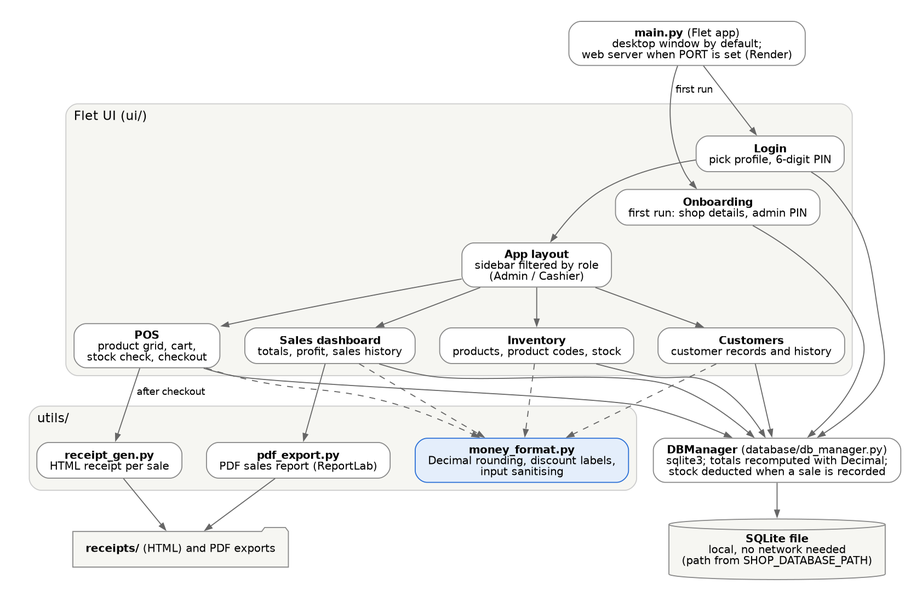
Before: docs/diagrams/architecture.png, a diagram exported from Graphviz (shoaib-javeed-05/my-local-shop-pos). Its source is kept beside it as docs/diagrams/src/architecture.dot. Source of this version:
```dot
digraph architecture {
  graph [rankdir=TB, fontname="Helvetica", fontsize=13, nodesep=0.35, ranksep=0.5, pad=0.3, bgcolor="white", newrank=true];
  node  [shape=box, style="rounded,filled", fillcolor="#ffffff", color="#888888", fontname="Helvetica", fontsize=11, margin="0.18,0.08"];
  edge  [color="#666666", fontname="Helvetica", fontsize=10, arrowsize=0.7];

  main [label=<<b>main.py</b> (Flet app)<br/>desktop window by default;<br/>web server when PORT is set (Render)>];

  subgraph cluster_ui {
    label="Flet UI (ui/)"; labeljust=l; style="rounded,filled"; fillcolor="#f6f6f2"; color="#cccccc";
    onboard [label=<<b>Onboarding</b><br/>first run: shop details, admin PIN>];
    login   [label=<<b>Login</b><br/>pick profile, 6-digit PIN>];
    layout  [label=<<b>App layout</b><br/>sidebar filtered by role<br/>(Admin / Cashier)>];
    pos     [label=<<b>POS</b><br/>product grid, cart,<br/>stock check, checkout>];
    inv     [label=<<b>Inventory</b><br/>products, product codes, stock>];
    cust    [label=<<b>Customers</b><br/>customer records and history>];
    dash    [label=<<b>Sales dashboard</b><br/>totals, profit, sales history>];
  }

  subgraph cluster_util {
    label="utils/"; labeljust=l; style="rounded,filled"; fillcolor="#f6f6f2"; color="#cccccc";
    money   [label=<<b>money_format.py</b><br/>Decimal rounding, discount labels,<br/>input sanitising>, fillcolor="#e4eefb", color="#2a6fd6"];
    receipt [label=<<b>receipt_gen.py</b><br/>HTML receipt per sale>];
    pdf     [label=<<b>pdf_export.py</b><br/>PDF sales report (ReportLab)>];
  }

  db   [label=<<b>DBManager</b> (database/db_manager.py)<br/>sqlite3; totals recomputed with Decimal;<br/>stock deducted when a sale is recorded>];
  file [label=<<b>SQLite file</b><br/>local, no network needed<br/>(path from SHOP_DATABASE_PATH)>, shape=cylinder, style="filled", fillcolor="#f6f6f2"];
  out  [label=<<b>receipts/</b> (HTML) and PDF exports>, shape=folder, style="filled", fillcolor="#f6f6f2"];

  main -> onboard [label=" first run"];
  main -> login;
  login -> layout;
  layout -> pos; layout -> inv; layout -> cust; layout -> dash;
  pos -> money [style=dashed]; inv -> money [style=dashed]; dash -> money [style=dashed]; cust -> money [style=dashed];
  pos -> receipt [label=" after checkout"];
  dash -> pdf;
  receipt -> out; pdf -> out;
  pos -> db; inv -> db; cust -> db; dash -> db; login -> db; onboard -> db;
  db -> file;
  {rank=same; pos; inv; cust; dash}
}
```
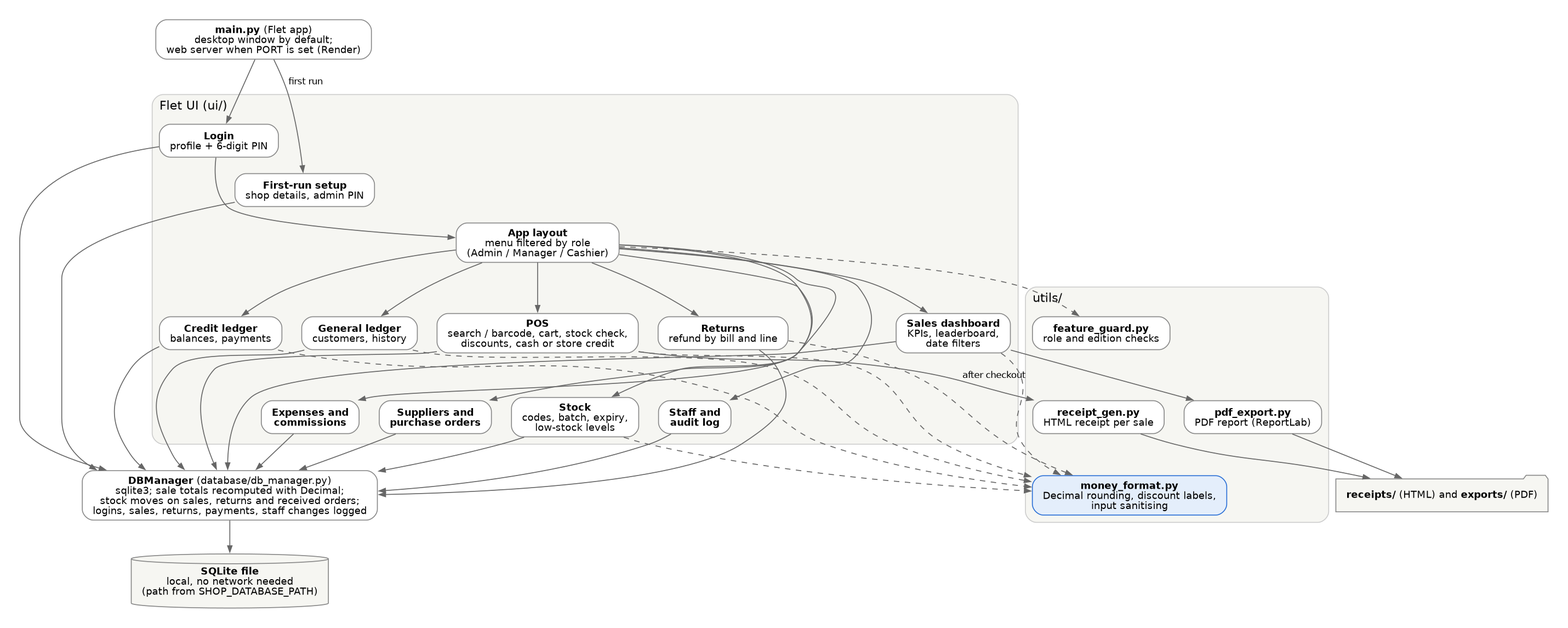
Later version of the same file.

What changed in the source:
```diff
@@ -1,41 +1,51 @@
 digraph architecture {
-  graph [rankdir=TB, fontname="Helvetica", fontsize=13, nodesep=0.35, ranksep=0.5, pad=0.3, bgcolor="white", newrank=true];
-  node  [shape=box, style="rounded,filled", fillcolor="#ffffff", color="#888888", fontname="Helvetica", fontsize=11, margin="0.18,0.08"];
+  graph [rankdir=TB, fontname="Helvetica", fontsize=13, nodesep=0.3, ranksep=0.5, pad=0.3, bgcolor="white", newrank=true];
+  node  [shape=box, style="rounded,filled", fillcolor="#ffffff", color="#888888", fontname="Helvetica", fontsize=11, margin="0.16,0.07"];
   edge  [color="#666666", fontname="Helvetica", fontsize=10, arrowsize=0.7];
 
   main [label=<<b>main.py</b> (Flet app)<br/>desktop window by default;<br/>web server when PORT is set (Render)>];
 
   subgraph cluster_ui {
     label="Flet UI (ui/)"; labeljust=l; style="rounded,filled"; fillcolor="#f6f6f2"; color="#cccccc";
-    onboard [label=<<b>Onboarding</b><br/>first run: shop details, admin PIN>];
-    login   [label=<<b>Login</b><br/>pick profile, 6-digit PIN>];
-    layout  [label=<<b>App layout</b><br/>sidebar filtered by role<br/>(Admin / Cashier)>];
-    pos     [label=<<b>POS</b><br/>product grid, cart,<br/>stock check, checkout>];
-    inv     [label=<<b>Inventory</b><br/>products, product codes, stock>];
-    cust    [label=<<b>Customers</b><br/>customer records and history>];
-    dash    [label=<<b>Sales dashboard</b><br/>totals, profit, sales history>];
+    onboard [label=<<b>First-run setup</b><br/>shop details, admin PIN>];
+    login   [label=<<b>Login</b><br/>profile + 6-digit PIN>];
+    layout  [label=<<b>App layout</b><br/>menu filtered by role<br/>(Admin / Manager / Cashier)>];
+    pos     [label=<<b>POS</b><br/>search / barcode, cart, stock check,<br/>discounts, cash or store credit>];
+    ret     [label=<<b>Returns</b><br/>refund by bill and line>];
+    credit  [label=<<b>Credit ledger</b><br/>balances, payments>];
+    cust    [label=<<b>General ledger</b><br/>customers, history>];
+    inv     [label=<<b>Stock</b><br/>codes, batch, expiry,<br/>low-stock levels>];
+    po      [label=<<b>Suppliers and<br/>purchase orders</b>>];
+    fin     [label=<<b>Expenses and<br/>commissions</b>>];
+    staff   [label=<<b>Staff and<br/>audit log</b>>];
+    dash    [label=<<b>Sales dashboard</b><br/>KPIs, leaderboard,<br/>date filters>];
   }
 
   subgraph cluster_util {
     label="utils/"; labeljust=l; style="rounded,filled"; fillcolor="#f6f6f2"; color="#cccccc";
+    guard   [label=<<b>feature_guard.py</b><br/>role and edition checks>];
     money   [label=<<b>money_format.py</b><br/>Decimal rounding, discount labels,<br/>input sanitising>, fillcolor="#e4eefb", color="#2a6fd6"];
     receipt [label=<<b>receipt_gen.py</b><br/>HTML receipt per sale>];
-    pdf     [label=<<b>pdf_export.py</b><br/>PDF sales report (ReportLab)>];
+    pdf     [label=<<b>pdf_export.py</b><br/>PDF report (ReportLab)>];
   }
 
-  db   [label=<<b>DBManager</b> (database/db_manager.py)<br/>sqlite3; totals recomputed with Decimal;<br/>stock deducted when a sale is recorded>];
+  db   [label=<<b>DBManager</b> (database/db_manager.py)<br/>sqlite3; sale totals recomputed with Decimal;<br/>stock moves on sales, returns and received orders;<br/>logins, sales, returns, payments, staff changes logged>];
   file [label=<<b>SQLite file</b><br/>local, no network needed<br/>(path from SHOP_DATABASE_PATH)>, shape=cylinder, style="filled", fillcolor="#f6f6f2"];
-  out  [label=<<b>receipts/</b> (HTML) and PDF exports>, shape=folder, style="filled", fillcolor="#f6f6f2"];
+  out  [label=<<b>receipts/</b> (HTML) and <b>exports/</b> (PDF)>, shape=folder, style="filled", fillcolor="#f6f6f2"];
 
   main -> onboard [label=" first run"];
   main -> login;
   login -> layout;
-  layout -> pos; layout -> inv; layout -> cust; layout -> dash;
-  pos -> money [style=dashed]; inv -> money [style=dashed]; dash -> money [style=dashed]; cust -> money [style=dashed];
+  layout -> guard [style=dashed];
+  layout -> {pos ret credit cust dash};
+  layout -> {inv po fin staff} [constraint=false];
+  {pos ret credit cust inv dash} -> money [style=dashed];
   pos -> receipt [label=" after checkout"];
   dash -> pdf;
   receipt -> out; pdf -> out;
-  pos -> db; inv -> db; cust -> db; dash -> db; login -> db; onboard -> db;
+  {pos ret credit cust inv po fin staff dash login onboard} -> db;
   db -> file;
-  {rank=same; pos; inv; cust; dash}
+  {rank=same; pos; ret; credit; cust; dash}
+  {rank=same; inv; po; fin; staff}
+  pos -> inv [style=invis]; credit -> po [style=invis]; dash -> staff [style=invis];
 }
```
